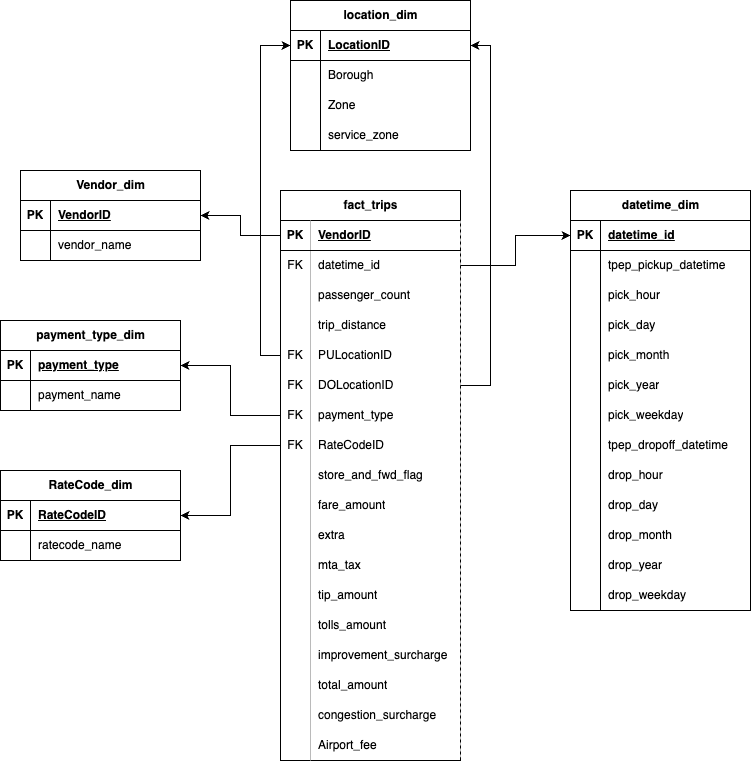
This is Data-Model.drawio.png from rishiguptha/NYCab-Insights, a draw.io export, as it was before one commit. Source tidied: cells renumbered, new cells last; positions are measured from the earlier drawing's top-left corner, leaving out a move shared by most shapes.
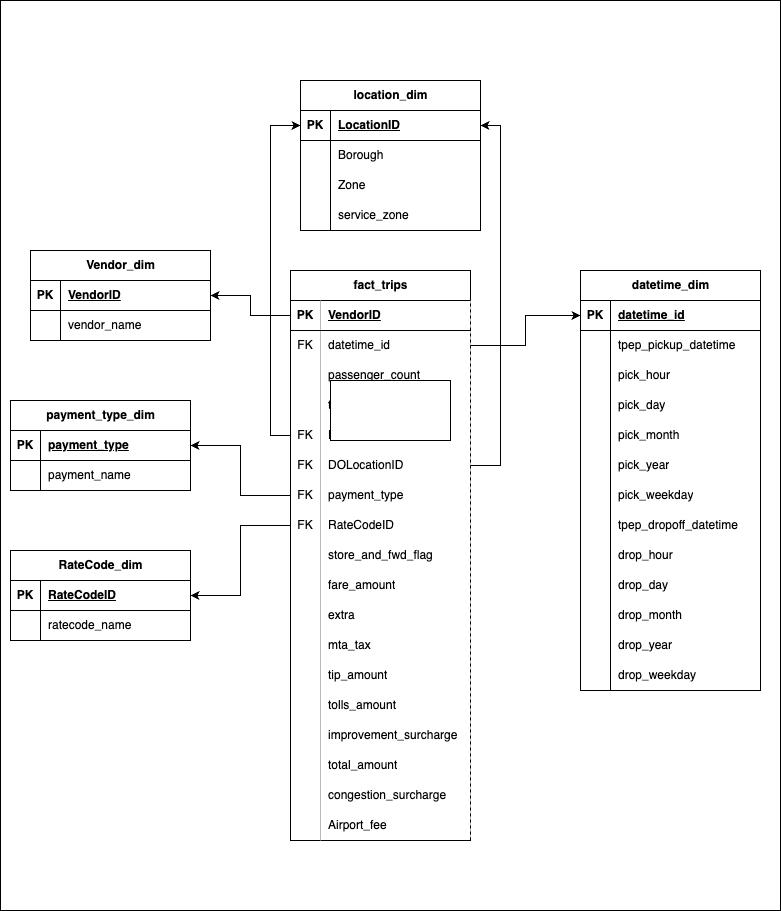
Later version of the same file.

The edit, as a diff of the source:
```diff
@@ -2,6 +2,9 @@
   <root>
     <mxCell id="0" />
     <mxCell id="1" parent="0" />
+    <mxCell id="137" style="rounded=0;whiteSpace=wrap;html=1;" parent="1" vertex="1">
+      <mxGeometry x="-10" y="-80" width="780" height="910" as="geometry" />
+    </mxCell>
     <mxCell id="2" value="fact_trips" style="shape=table;startSize=30;rowLines=0;fontStyle=1;align=center;html=1;noLabel=0;separatorColor=#BABABA;swimlaneBody=1;swimlaneHead=1;" parent="1" vertex="1">
       <mxGeometry x="280" y="190" width="180" height="570" as="geometry" />
     </mxCell>
@@ -407,5 +410,8 @@
     <mxCell id="136" style="edgeStyle=orthogonalEdgeStyle;rounded=0;jettySize=auto;html=1;exitX=0;exitY=0.5;exitDx=0;exitDy=0;entryX=1;entryY=0.5;entryDx=0;entryDy=0;" parent="1" edge="1" source="3" target="129">
       <mxGeometry relative="1" as="geometry" />
     </mxCell>
+    <mxCell id="138" style="rounded=0;whiteSpace=wrap;html=1;" parent="1" vertex="1">
+      <mxGeometry x="320" y="300" width="120" height="60" as="geometry" />
+    </mxCell>
   </root>
 </mxGraphModel>
```
